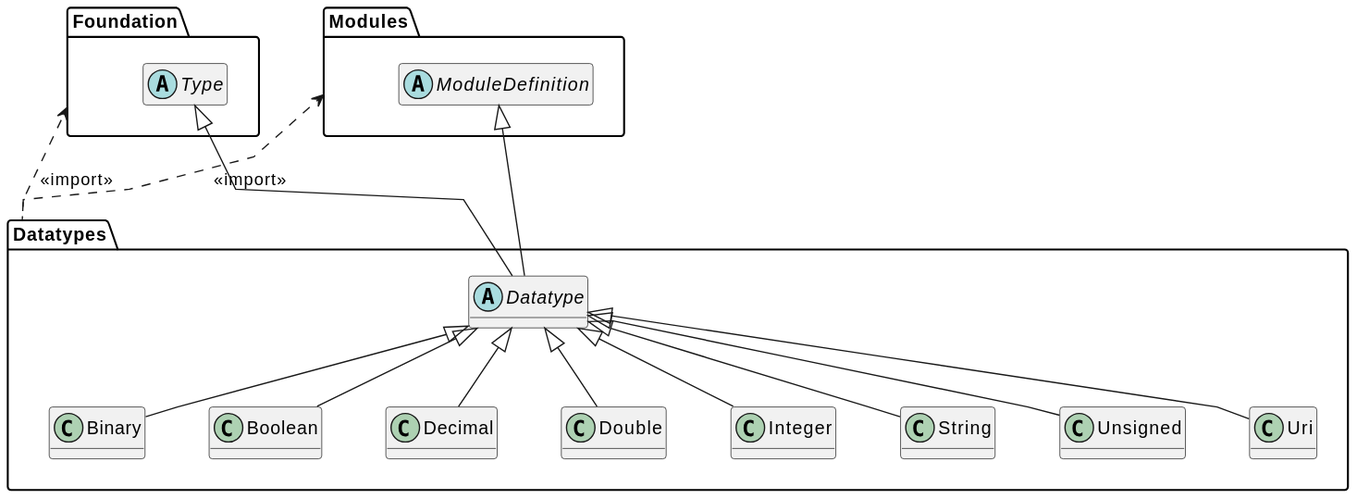
The PlantUML diagram docs/metamodel-datatypes.svg in sdm-lang/sdml-io, before a commit.
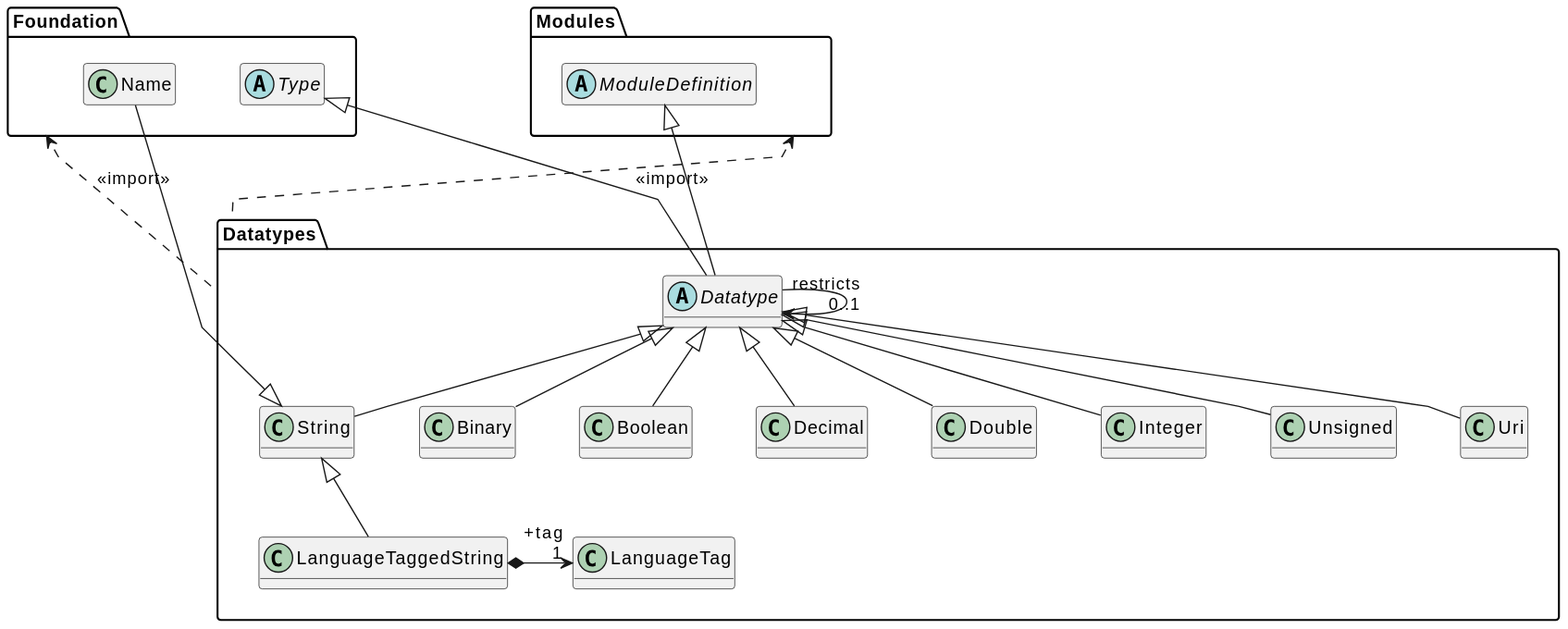
Above is the later version.

Change to the diagram source:
```diff
@@ -6,6 +6,7 @@
 
 package Foundation {
     hide members
+    class Name {}
     abstract class Type {}
 }
 
@@ -18,6 +19,8 @@
     abstract class Datatype {}
     Datatype -up-|> Type
     Datatype -up-|> ModuleDefinition
+
+    Datatype ---> "restricts\r0..1" Datatype
 
     class Binary {}
     Binary -up-|> Datatype
@@ -35,6 +38,13 @@
     Unsigned -up-|> Datatype
     class Uri{}
     Uri -up-|> Datatype
+
+    class LanguageTag {}
+    class LanguageTaggedString {}
+    LanguageTaggedString -up-|> String
+    LanguageTaggedString *---right---> "+tag\r1" LanguageTag
+
+    Name -up-|> String
 }
 
 Datatypes .up.> Foundation: <<import>>
```
